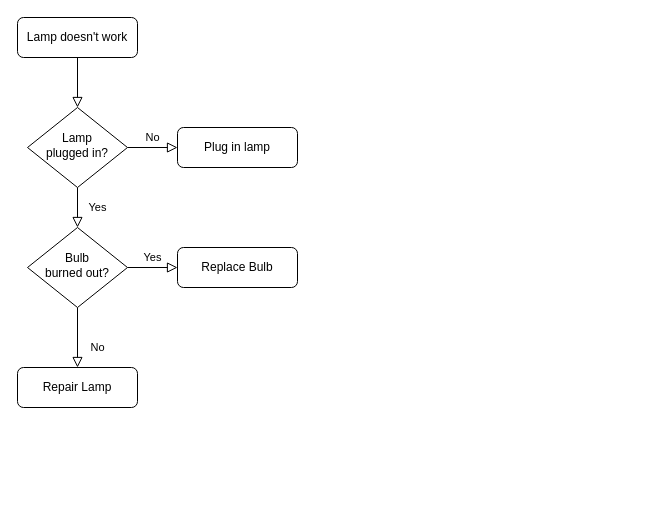
RockyLOMO/demo keeps this draw.io diagram as fileupload.drawio. Above is the earlier version. Source tidied: cells renumbered, new cells numbered last; positions are measured from the earlier drawing's top-left corner, leaving out a move shared by most shapes. Both pictures are drawn from the tidied source at 100%, with x=0, y=0 at pixel (17, 17).
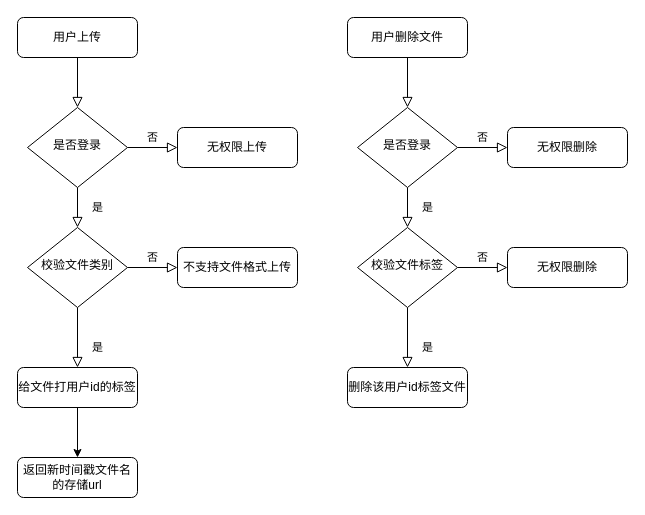
The same page after the edit.

Diff of the diagram source:
```diff
@@
-    <mxCell id="3" value="Lamp doesn't work" style="rounded=1;whiteSpace=wrap;html=1;fontSize=12;glass=0;strokeWidth=1;shadow=0;" parent="1" vertex="1">
+    <mxCell id="3" value="用户上传" style="rounded=1;whiteSpace=wrap;html=1;fontSize=12;glass=0;strokeWidth=1;shadow=0;" parent="1" vertex="1">
       <mxGeometry width="120" height="40" as="geometry" />
     </mxCell>
-    <mxCell id="4" value="Yes" style="rounded=0;html=1;jettySize=auto;fontSize=11;endArrow=block;endFill=0;endSize=8;strokeWidth=1;shadow=0;labelBackgroundColor=none;edgeStyle=orthogonalEdgeStyle;" parent="1" edge="1" source="6" target="10">
+    <mxCell id="4" value="是" style="rounded=0;html=1;jettySize=auto;fontSize=11;endArrow=block;endFill=0;endSize=8;strokeWidth=1;shadow=0;labelBackgroundColor=none;edgeStyle=orthogonalEdgeStyle;" parent="1" edge="1" source="6" target="10">
       <mxGeometry y="20" relative="1" as="geometry" />
     </mxCell>
-    <mxCell id="5" value="No" style="edgeStyle=orthogonalEdgeStyle;rounded=0;html=1;jettySize=auto;fontSize=11;endArrow=block;endFill=0;endSize=8;strokeWidth=1;shadow=0;labelBackgroundColor=none;" parent="1" edge="1" source="6" target="7">
+    <mxCell id="5" value="否" style="edgeStyle=orthogonalEdgeStyle;rounded=0;html=1;jettySize=auto;fontSize=11;endArrow=block;endFill=0;endSize=8;strokeWidth=1;shadow=0;labelBackgroundColor=none;" parent="1" edge="1" source="6" target="7">
       <mxGeometry y="10" relative="1" as="geometry" />
     </mxCell>
-    <mxCell id="6" value="Lamp&lt;br&gt;plugged in?" style="rhombus;whiteSpace=wrap;html=1;shadow=0;fontFamily=Helvetica;fontSize=12;align=center;strokeWidth=1;spacing=6;spacingTop=-4;" parent="1" vertex="1">
+    <mxCell id="6" value="是否登录" style="rhombus;whiteSpace=wrap;html=1;shadow=0;fontFamily=Helvetica;fontSize=12;align=center;strokeWidth=1;spacing=6;spacingTop=-4;" parent="1" vertex="1">
       <mxGeometry x="10" y="90" width="100" height="80" as="geometry" />
     </mxCell>
-    <mxCell id="7" value="Plug in lamp" style="rounded=1;whiteSpace=wrap;html=1;fontSize=12;glass=0;strokeWidth=1;shadow=0;" parent="1" vertex="1">
+    <mxCell id="7" value="无权限上传" style="rounded=1;whiteSpace=wrap;html=1;fontSize=12;glass=0;strokeWidth=1;shadow=0;" parent="1" vertex="1">
       <mxGeometry x="160" y="110" width="120" height="40" as="geometry" />
     </mxCell>
-    <mxCell id="8" value="No" style="rounded=0;html=1;jettySize=auto;fontSize=11;endArrow=block;endFill=0;endSize=8;strokeWidth=1;shadow=0;labelBackgroundColor=none;edgeStyle=orthogonalEdgeStyle;" parent="1" edge="1" source="10" target="11">
+    <mxCell id="8" value="是" style="rounded=0;html=1;jettySize=auto;fontSize=11;endArrow=block;endFill=0;endSize=8;strokeWidth=1;shadow=0;labelBackgroundColor=none;edgeStyle=orthogonalEdgeStyle;" parent="1" edge="1" source="10" target="11">
       <mxGeometry x="0.33" y="20" relative="1" as="geometry" />
     </mxCell>
-    <mxCell id="9" value="Yes" style="edgeStyle=orthogonalEdgeStyle;rounded=0;html=1;jettySize=auto;fontSize=11;endArrow=block;endFill=0;endSize=8;strokeWidth=1;shadow=0;labelBackgroundColor=none;" parent="1" edge="1" source="10" target="12">
+    <mxCell id="9" value="否" style="edgeStyle=orthogonalEdgeStyle;rounded=0;html=1;jettySize=auto;fontSize=11;endArrow=block;endFill=0;endSize=8;strokeWidth=1;shadow=0;labelBackgroundColor=none;" parent="1" edge="1" source="10" target="12">
       <mxGeometry y="10" relative="1" as="geometry" />
     </mxCell>
-    <mxCell id="10" value="Bulb&lt;br&gt;burned out?" style="rhombus;whiteSpace=wrap;html=1;shadow=0;fontFamily=Helvetica;fontSize=12;align=center;strokeWidth=1;spacing=6;spacingTop=-4;" parent="1" vertex="1">
+    <mxCell id="10" value="校验文件类别" style="rhombus;whiteSpace=wrap;html=1;shadow=0;fontFamily=Helvetica;fontSize=12;align=center;strokeWidth=1;spacing=6;spacingTop=-4;" parent="1" vertex="1">
       <mxGeometry x="10" y="210" width="100" height="80" as="geometry" />
     </mxCell>
+    <mxCell id="13" style="edgeStyle=orthogonalEdgeStyle;rounded=0;jettySize=auto;html=1;" parent="1" edge="1" source="11" target="14">
+      <mxGeometry relative="1" as="geometry" />
+    </mxCell>
-    <mxCell id="11" value="Repair Lamp" style="rounded=1;whiteSpace=wrap;html=1;fontSize=12;glass=0;strokeWidth=1;shadow=0;" parent="1" vertex="1">
+    <mxCell id="11" value="给文件打用户id的标签" style="rounded=1;whiteSpace=wrap;html=1;fontSize=12;glass=0;strokeWidth=1;shadow=0;" parent="1" vertex="1">
       <mxGeometry y="350" width="120" height="40" as="geometry" />
     </mxCell>
-    <mxCell id="12" value="Replace Bulb" style="rounded=1;whiteSpace=wrap;html=1;fontSize=12;glass=0;strokeWidth=1;shadow=0;" parent="1" vertex="1">
+    <mxCell id="12" value="不支持文件格式上传" style="rounded=1;whiteSpace=wrap;html=1;fontSize=12;glass=0;strokeWidth=1;shadow=0;" parent="1" vertex="1">
       <mxGeometry x="160" y="230" width="120" height="40" as="geometry" />
     </mxCell>
+    <mxCell id="14" value="返回新时间戳文件名的存储url" style="rounded=1;whiteSpace=wrap;html=1;fontSize=12;glass=0;strokeWidth=1;shadow=0;" parent="1" vertex="1">
+      <mxGeometry y="440" width="120" height="40" as="geometry" />
+    </mxCell>
+    <mxCell id="15" style="rounded=0;html=1;jettySize=auto;fontSize=11;endArrow=block;endFill=0;endSize=8;strokeWidth=1;shadow=0;labelBackgroundColor=none;edgeStyle=orthogonalEdgeStyle;" parent="1" edge="1" source="16" target="19">
+      <mxGeometry relative="1" as="geometry" />
+    </mxCell>
+    <mxCell id="16" value="用户删除文件" style="rounded=1;whiteSpace=wrap;html=1;fontSize=12;glass=0;strokeWidth=1;shadow=0;" parent="1" vertex="1">
+      <mxGeometry x="330" width="120" height="40" as="geometry" />
+    </mxCell>
+    <mxCell id="17" value="是" style="rounded=0;html=1;jettySize=auto;fontSize=11;endArrow=block;endFill=0;endSize=8;strokeWidth=1;shadow=0;labelBackgroundColor=none;edgeStyle=orthogonalEdgeStyle;" parent="1" edge="1" source="19" target="23">
+      <mxGeometry y="20" relative="1" as="geometry" />
+    </mxCell>
+    <mxCell id="18" value="否" style="edgeStyle=orthogonalEdgeStyle;rounded=0;html=1;jettySize=auto;fontSize=11;endArrow=block;endFill=0;endSize=8;strokeWidth=1;shadow=0;labelBackgroundColor=none;" parent="1" edge="1" source="19" target="20">
+      <mxGeometry y="10" relative="1" as="geometry" />
+    </mxCell>
+    <mxCell id="19" value="是否登录" style="rhombus;whiteSpace=wrap;html=1;shadow=0;fontFamily=Helvetica;fontSize=12;align=center;strokeWidth=1;spacing=6;spacingTop=-4;" parent="1" vertex="1">
+      <mxGeometry x="340" y="90" width="100" height="80" as="geometry" />
+    </mxCell>
+    <mxCell id="20" value="无权限删除" style="rounded=1;whiteSpace=wrap;html=1;fontSize=12;glass=0;strokeWidth=1;shadow=0;" parent="1" vertex="1">
+      <mxGeometry x="490" y="110" width="120" height="40" as="geometry" />
+    </mxCell>
+    <mxCell id="21" value="是" style="rounded=0;html=1;jettySize=auto;fontSize=11;endArrow=block;endFill=0;endSize=8;strokeWidth=1;shadow=0;labelBackgroundColor=none;edgeStyle=orthogonalEdgeStyle;" parent="1" edge="1" source="23" target="24">
+      <mxGeometry x="0.33" y="20" relative="1" as="geometry" />
+    </mxCell>
+    <mxCell id="22" value="否" style="edgeStyle=orthogonalEdgeStyle;rounded=0;html=1;jettySize=auto;fontSize=11;endArrow=block;endFill=0;endSize=8;strokeWidth=1;shadow=0;labelBackgroundColor=none;" parent="1" edge="1" source="23" target="25">
+      <mxGeometry y="10" relative="1" as="geometry" />
+    </mxCell>
+    <mxCell id="23" value="校验文件标签" style="rhombus;whiteSpace=wrap;html=1;shadow=0;fontFamily=Helvetica;fontSize=12;align=center;strokeWidth=1;spacing=6;spacingTop=-4;" parent="1" vertex="1">
+      <mxGeometry x="340" y="210" width="100" height="80" as="geometry" />
+    </mxCell>
+    <mxCell id="24" value="删除该用户id标签文件" style="rounded=1;whiteSpace=wrap;html=1;fontSize=12;glass=0;strokeWidth=1;shadow=0;" parent="1" vertex="1">
+      <mxGeometry x="330" y="350" width="120" height="40" as="geometry" />
+    </mxCell>
+    <mxCell id="25" value="无权限删除" style="rounded=1;whiteSpace=wrap;html=1;fontSize=12;glass=0;strokeWidth=1;shadow=0;" parent="1" vertex="1">
+      <mxGeometry x="490" y="230" width="120" height="40" as="geometry" />
+    </mxCell>
```
